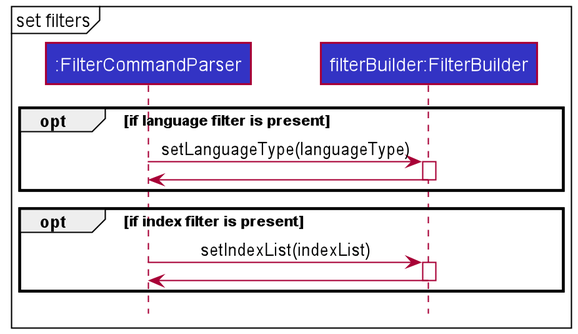
The PlantUML diagram docs/images/filterCommand/SetFilterReferenceSequenceDiagram.png in sharmainec/tp, before a commit. Its diagram source:
```plantuml
@startuml
!include style.puml


participant ":FilterCommandParser" as FilterCommandParser LOGIC_COLOR
participant "filterBuilder:FilterBuilder" as FilterBuilder LOGIC_COLOR

mainframe set filters

opt if language filter is present

FilterCommandParser -> FilterBuilder: setLanguageType(languageType)
activate FilterBuilder

FilterBuilder -> FilterCommandParser
deactivate FilterBuilder


end


opt if index filter is present

FilterCommandParser -> FilterBuilder: setIndexList(indexList)
activate FilterBuilder

FilterBuilder -> FilterCommandParser
deactivate FilterBuilder


end


@enduml
```
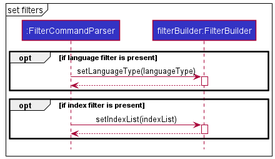
Above is the later version.

Commit message:
Fix DG bugs for filter implementation

Diff of the diagram source:
```diff
@@ -12,7 +12,7 @@
 FilterCommandParser -> FilterBuilder: setLanguageType(languageType)
 activate FilterBuilder
 
-FilterBuilder -> FilterCommandParser
+FilterBuilder --> FilterCommandParser
 deactivate FilterBuilder
 
 
@@ -24,7 +24,7 @@
 FilterCommandParser -> FilterBuilder: setIndexList(indexList)
 activate FilterBuilder
 
-FilterBuilder -> FilterCommandParser
+FilterBuilder --> FilterCommandParser
 deactivate FilterBuilder
 
 
```
